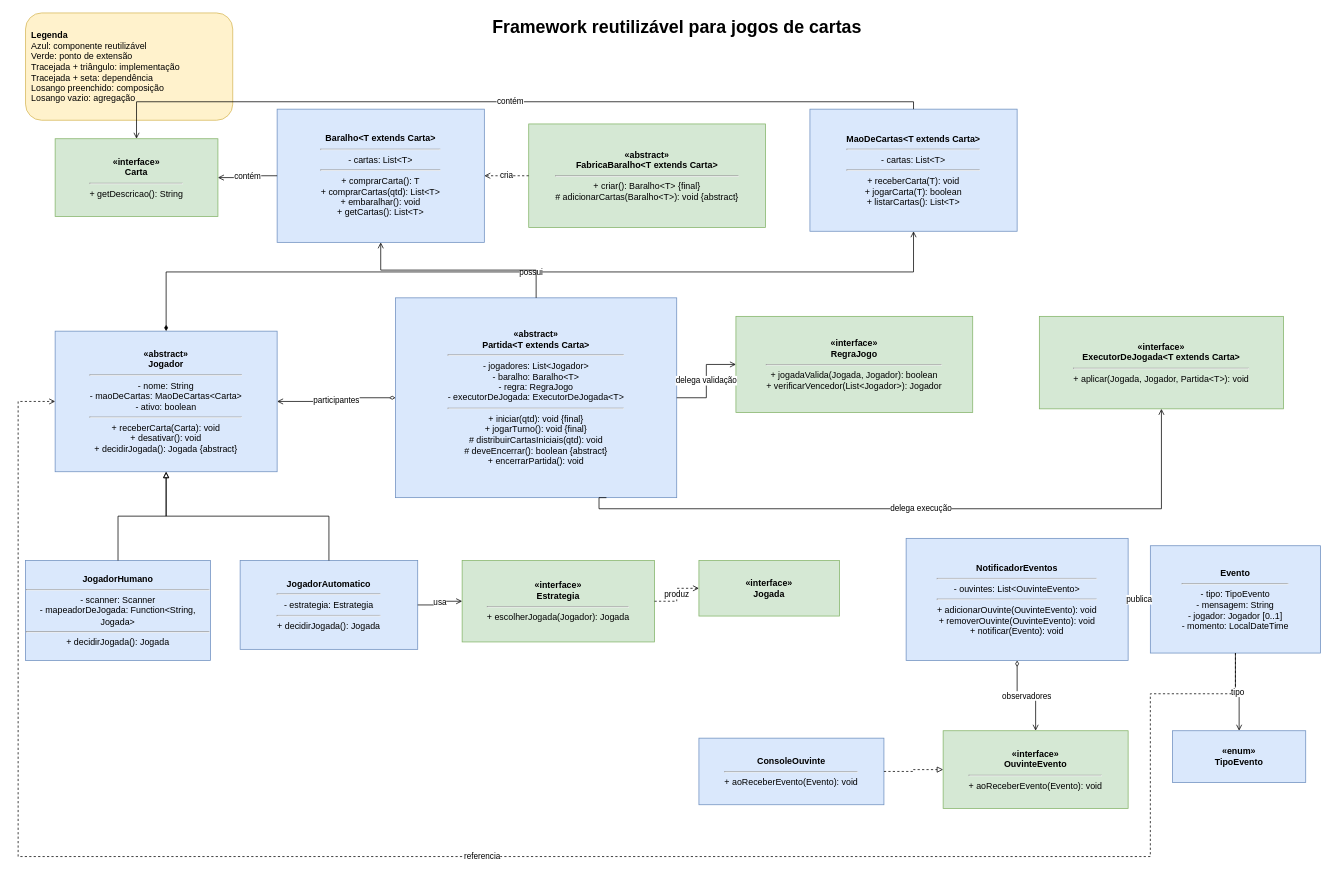
Before: page "1 - Framework reutilizável" (1 of 2) of docs/diagrama-classes.drawio in JoaquimLG/map-card-framework, a draw.io diagram. Source tidied: cells renumbered, new cells numbered last; positions are measured from the earlier drawing's top-left corner, leaving out a move shared by most shapes. Both pictures are drawn from the tidied source at 74%, with x=0, y=0 at pixel (18, 13).
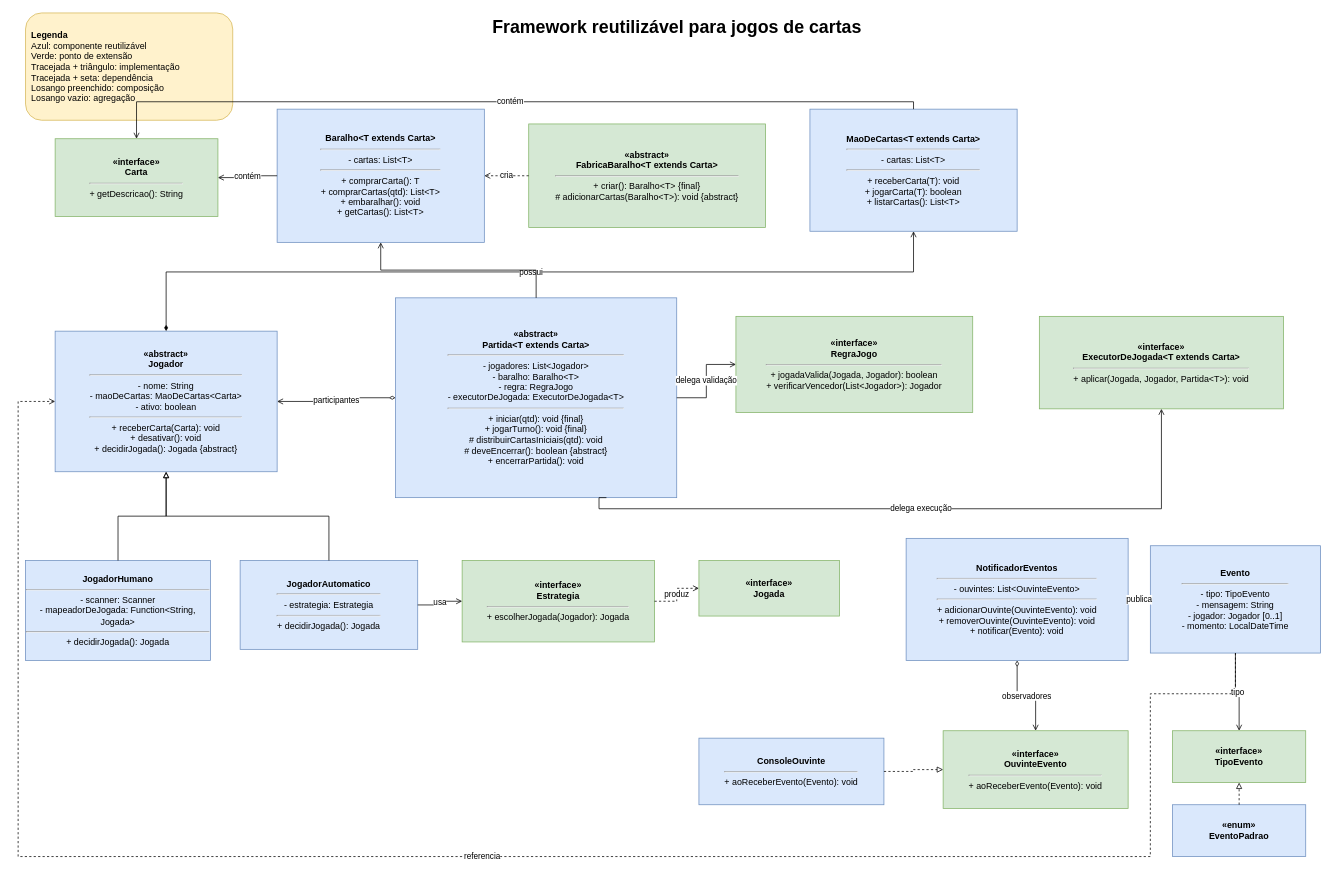
The same page after the edit.

The edit, as a diff of the source:
```diff
@@
-    <mxCell id="19" value="&lt;b&gt;&amp;laquo;enum&amp;raquo;&lt;br&gt;TipoEvento&lt;/b&gt;" style="rounded=0;whiteSpace=wrap;html=1;fillColor=#dae8fc;strokeColor=#6c8ebf;" parent="1" vertex="1">
+    <mxCell id="19" value="&lt;b&gt;&amp;laquo;interface&amp;raquo;&lt;br&gt;TipoEvento&lt;/b&gt;" style="rounded=0;whiteSpace=wrap;html=1;fillColor=#d5e8d4;strokeColor=#82b366;" parent="1" vertex="1">
       <mxGeometry x="1560" y="970" width="180" height="70" as="geometry" />
     </mxCell>
+    <mxCell id="38" value="&lt;b&gt;&amp;laquo;enum&amp;raquo;&lt;br&gt;EventoPadrao&lt;/b&gt;" style="rounded=0;whiteSpace=wrap;html=1;fillColor=#dae8fc;strokeColor=#6c8ebf;" parent="1" vertex="1">
+      <mxGeometry x="1560" y="1070" width="180" height="70" as="geometry" />
+    </mxCell>
@@
+    <mxCell id="39" style="edgeStyle=orthogonalEdgeStyle;rounded=0;html=1;dashed=1;endArrow=block;endFill=0;" parent="1" edge="1" source="38" target="19">
+      <mxGeometry relative="1" as="geometry" />
+    </mxCell>
```
